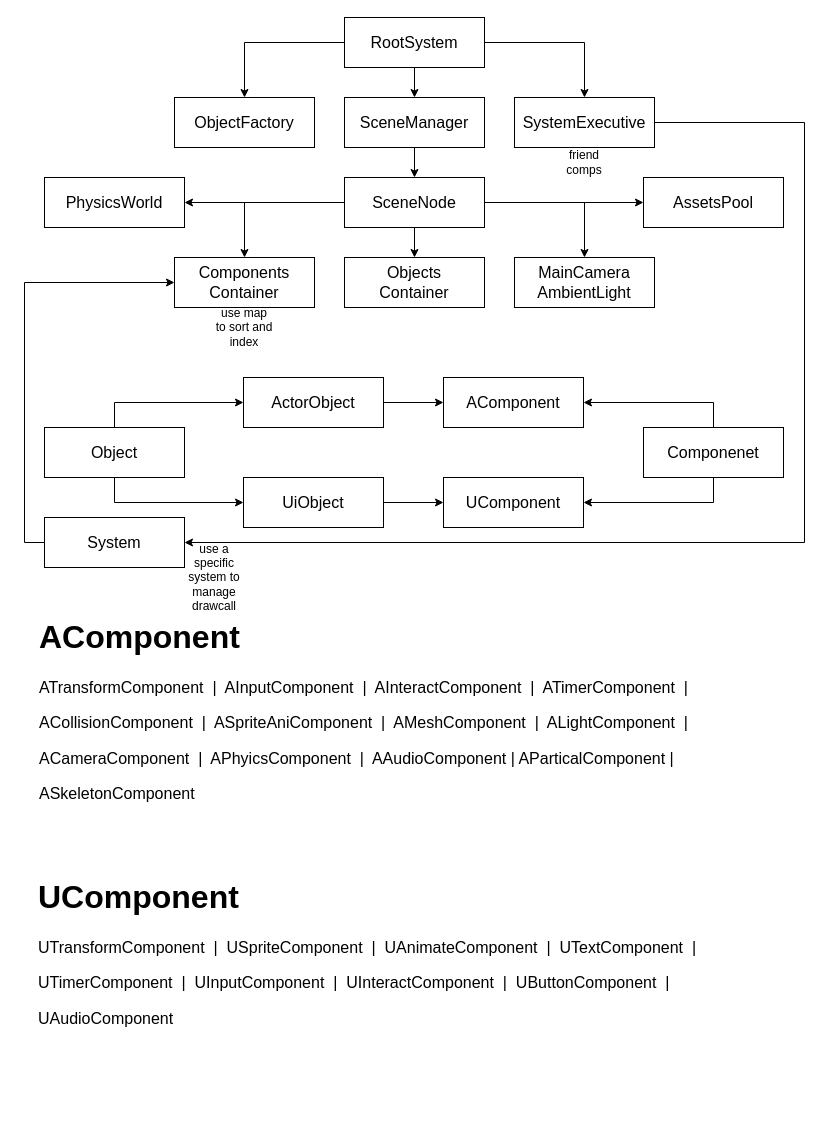
Before: page "Overview" (2 of 9) of HycFrame3D.drawio in HIBICUS-CAI/HycFrame3D, a draw.io diagram. Source tidied: cells renumbered, new cells numbered last; positions are measured from the earlier drawing's top-left corner, leaving out a move shared by most shapes. Both pictures are drawn from the tidied source at 100%, with x=0, y=0 at pixel (33, 17).
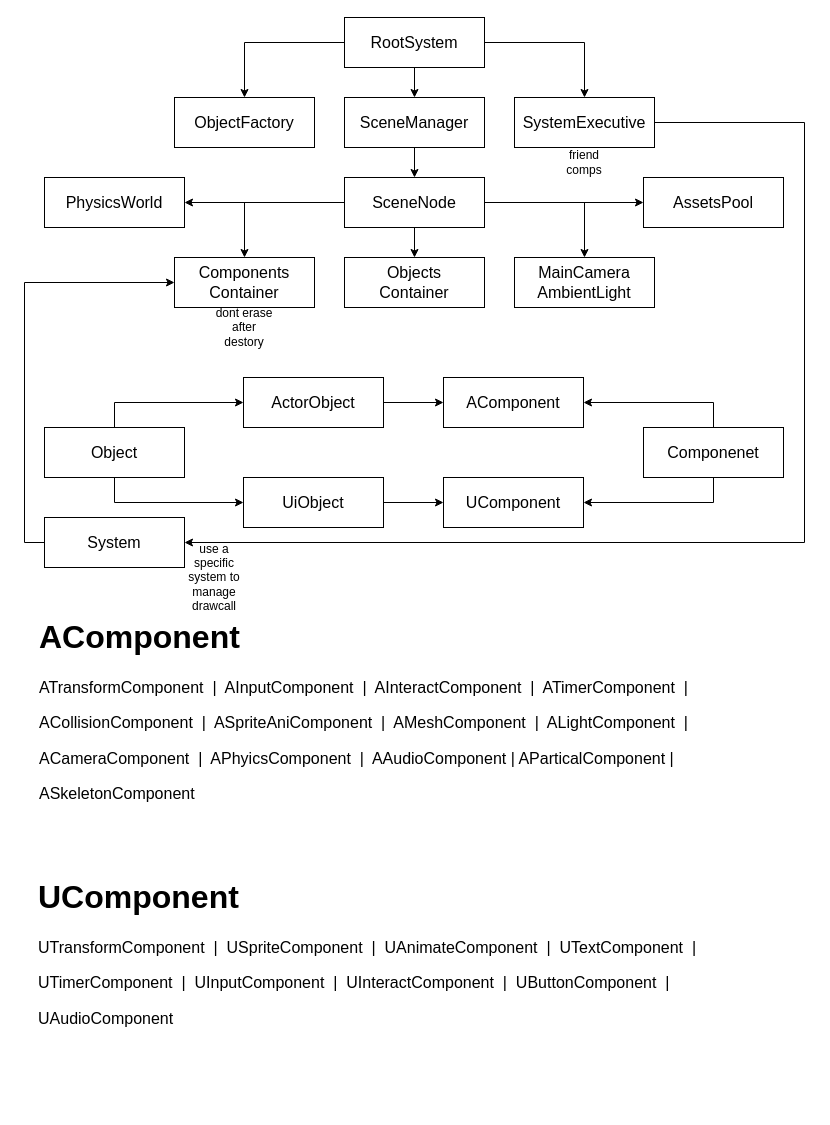
Above is the later version.

Change to the diagram source:
```diff
@@
-    <mxCell id="37" value="use map to sort and index" style="text;html=1;strokeColor=none;fillColor=none;align=center;verticalAlign=middle;whiteSpace=wrap;rounded=0;" parent="1" vertex="1">
+    <mxCell id="37" value="dont erase&lt;br&gt;after destory" style="text;html=1;strokeColor=none;fillColor=none;align=center;verticalAlign=middle;whiteSpace=wrap;rounded=0;" parent="1" vertex="1">
       <mxGeometry x="181" y="290" width="60" height="40" as="geometry" />
     </mxCell>
```
